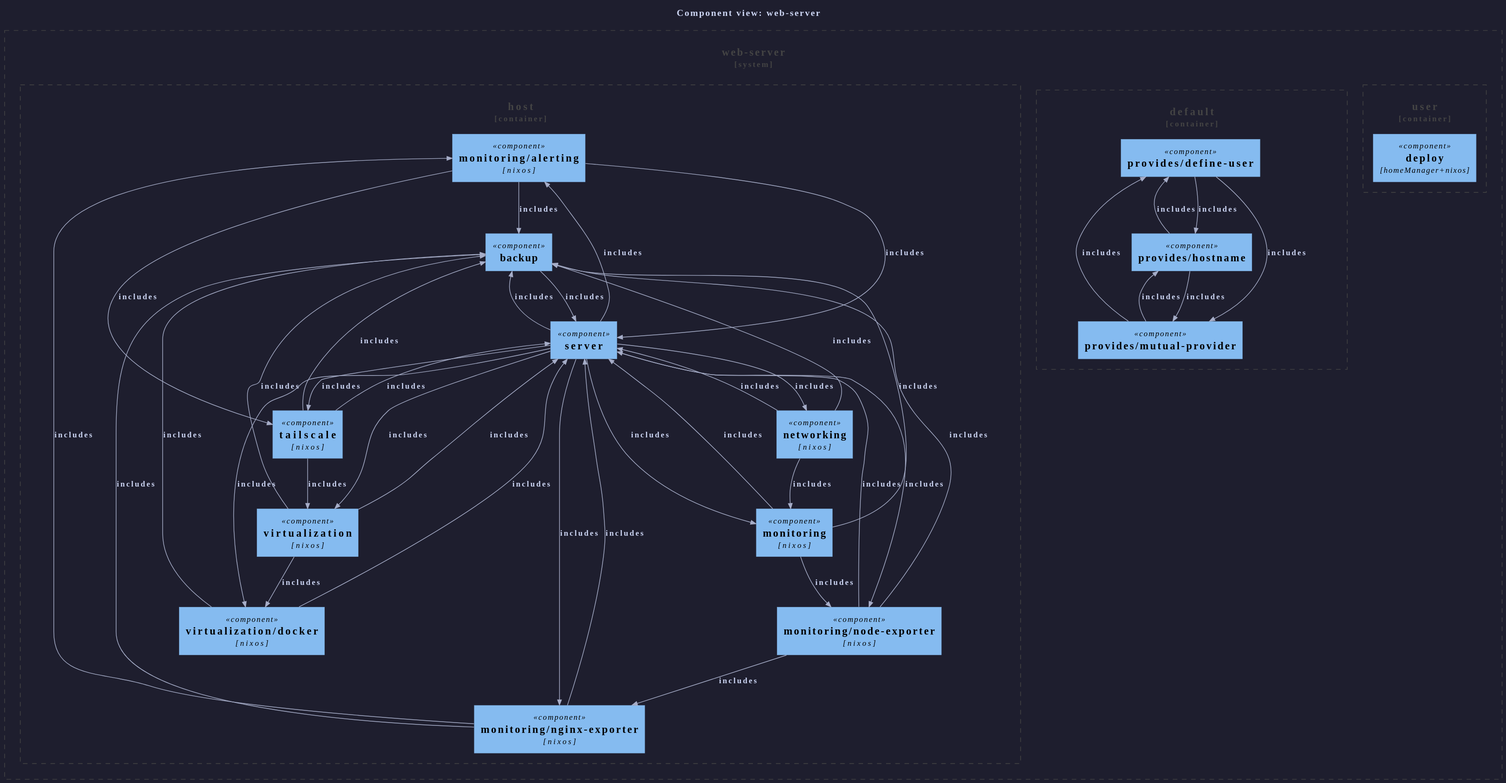
sini/den keeps this PlantUML diagram as templates/diag-fx-demo/diagrams/web-server-c4component.puml.svg. Above is the earlier version.
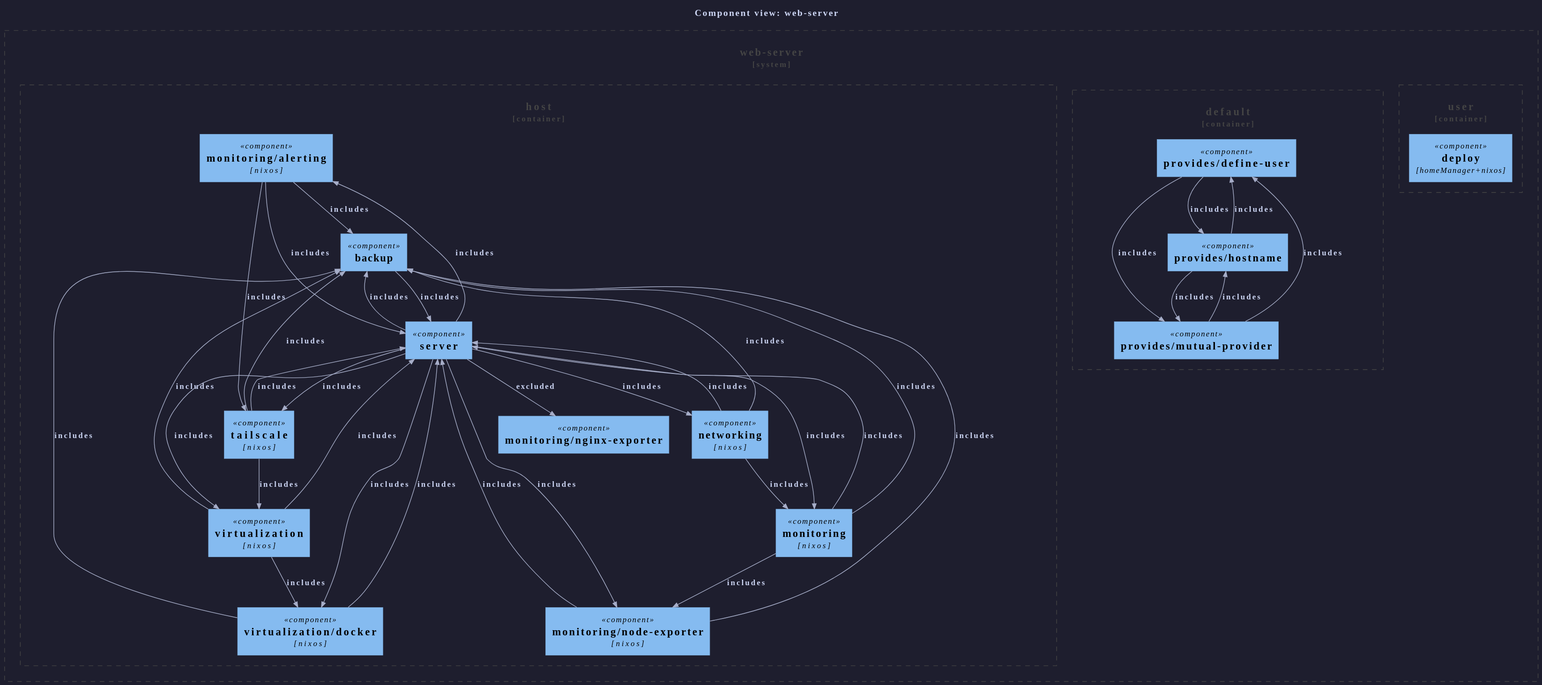
The same file after the commit.

Diff of the diagram source:
```diff
@@ -34,7 +34,7 @@
     Component(virtualization__docker, "virtualization/docker", "nixos")
     Component(monitoring, "monitoring", "nixos")
     Component(networking, "networking", "nixos")
-    Component(monitoring__nginx_exporter, "monitoring/nginx-exporter", "nixos")
+    Component(monitoring__nginx_exporter, "monitoring/nginx-exporter", "")
     Component(monitoring__node_exporter, "monitoring/node-exporter", "nixos")
     Component(server, "server", "")
     Component(tailscale, "tailscale", "nixos")
@@ -59,7 +59,6 @@
 Rel(den__provides__hostname, den__provides__mutual_provider, "includes")
 Rel(monitoring, backup, "includes")
 Rel(monitoring__alerting, backup, "includes")
-Rel(monitoring__nginx_exporter, backup, "includes")
 Rel(monitoring__node_exporter, backup, "includes")
 Rel(networking, backup, "includes")
 Rel(server, backup, "includes")
@@ -68,7 +67,6 @@
 Rel(virtualization__docker, backup, "includes")
 Rel(monitoring, server, "includes")
 Rel(monitoring__alerting, server, "includes")
-Rel(monitoring__nginx_exporter, server, "includes")
 Rel(monitoring__node_exporter, server, "includes")
 Rel(networking, server, "includes")
 Rel(tailscale, server, "includes")
@@ -76,14 +74,12 @@
 Rel(virtualization__docker, server, "includes")
 Rel(monitoring, monitoring__node_exporter, "includes")
 Rel(monitoring__alerting, tailscale, "includes")
-Rel(monitoring__nginx_exporter, monitoring__alerting, "includes")
-Rel(monitoring__node_exporter, monitoring__nginx_exporter, "includes")
 Rel(networking, monitoring, "includes")
 Rel(server, monitoring__alerting, "includes")
 Rel(server, virtualization__docker, "includes")
 Rel(server, monitoring, "includes")
 Rel(server, networking, "includes")
-Rel(server, monitoring__nginx_exporter, "includes")
+Rel(server, monitoring__nginx_exporter, "excluded")
 Rel(server, monitoring__node_exporter, "includes")
 Rel(server, tailscale, "includes")
 Rel(server, virtualization, "includes")
```
